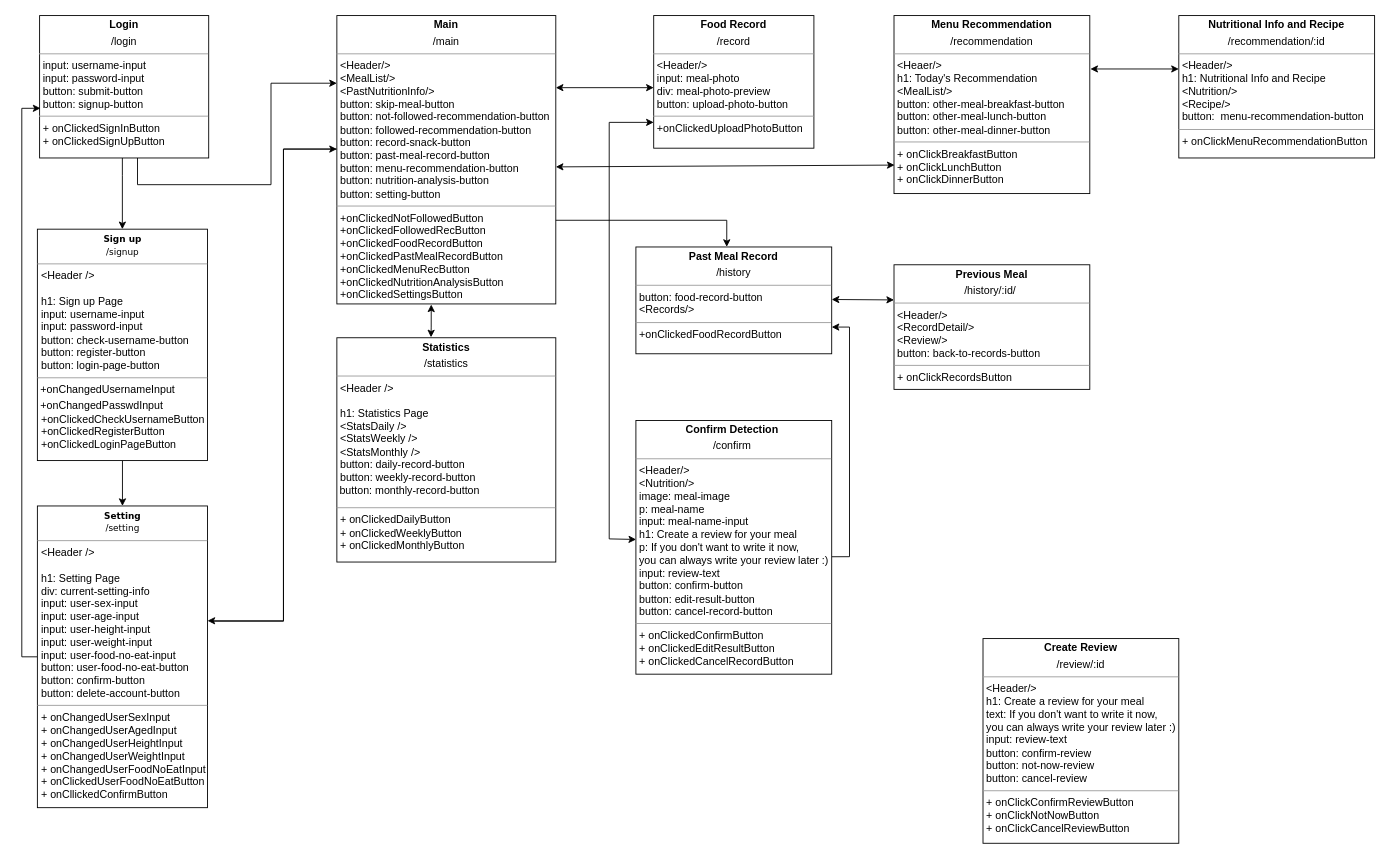
Earlier version of the draw.io diagram diagrams/Frontend_UML.drawio (swsnu/swpp2021-team5). Source tidied: cells renumbered, new cells numbered last; positions are measured from the earlier drawing's top-left corner, leaving out a move shared by most shapes. Both pictures are drawn from the tidied source at 89%, with x=0, y=0 at pixel (21, 15).
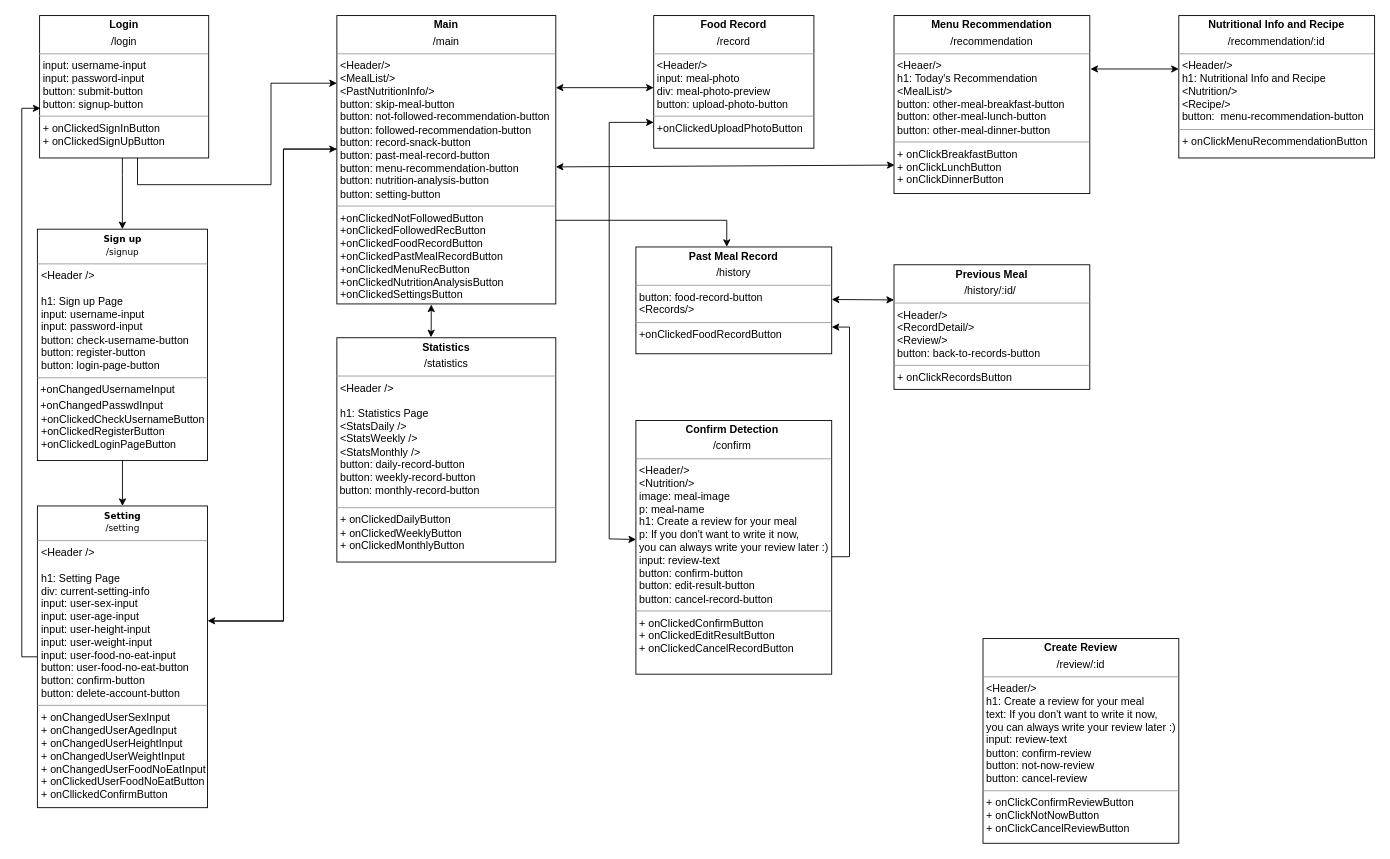
After the change.

What changed in the source:
```diff
@@
-    <mxCell id="16" value="&lt;p style=&quot;margin: 0px ; margin-top: 4px ; text-align: center&quot;&gt;&lt;b&gt;Confirm Detection&amp;nbsp;&lt;/b&gt;&lt;/p&gt;&lt;p style=&quot;margin: 0px ; margin-top: 4px ; text-align: center&quot;&gt;/confirm&lt;b&gt;&amp;nbsp;&lt;/b&gt;&lt;/p&gt;&lt;hr size=&quot;1&quot;&gt;&lt;p style=&quot;margin: 0px ; margin-left: 4px&quot;&gt;&amp;lt;Header/&amp;gt;&lt;/p&gt;&lt;p style=&quot;margin: 0px ; margin-left: 4px&quot;&gt;&amp;lt;Nutrition/&amp;gt;&lt;/p&gt;&lt;p style=&quot;margin: 0px ; margin-left: 4px&quot;&gt;image: meal-image&lt;/p&gt;&lt;p style=&quot;margin: 0px ; margin-left: 4px&quot;&gt;p: meal-name&lt;/p&gt;&lt;p style=&quot;margin: 0px ; margin-left: 4px&quot;&gt;input: meal-name-input&lt;/p&gt;&lt;p style=&quot;margin: 0px 0px 0px 4px&quot;&gt;h1: Create a review for your meal&lt;/p&gt;&lt;p style=&quot;margin: 0px 0px 0px 4px&quot;&gt;p: If you don't want to write it now,&amp;nbsp;&lt;/p&gt;&lt;p style=&quot;margin: 0px 0px 0px 4px&quot;&gt;you can always write your review later :)&lt;/p&gt;&lt;p style=&quot;margin: 0px 0px 0px 4px&quot;&gt;input: review-text&lt;/p&gt;&lt;p style=&quot;margin: 0px ; margin-left: 4px&quot;&gt;&lt;span&gt;button: confirm-button&lt;/span&gt;&lt;br&gt;&lt;/p&gt;&lt;p style=&quot;margin: 0px ; margin-left: 4px&quot;&gt;button: edit-result-button&lt;/p&gt;&lt;p style=&quot;margin: 0px ; margin-left: 4px&quot;&gt;button: cancel-record-button&lt;/p&gt;&lt;hr size=&quot;1&quot;&gt;&lt;p style=&quot;margin: 0px ; margin-left: 4px&quot;&gt;+ onClickedConfirmButton&lt;/p&gt;&lt;p style=&quot;margin: 0px ; margin-left: 4px&quot;&gt;+ onClickedEditResultButton&lt;/p&gt;&lt;p style=&quot;margin: 0px 0px 0px 4px&quot;&gt;+ onClickedCancelRecordButton&lt;/p&gt;&lt;p style=&quot;margin: 0px ; margin-left: 4px&quot;&gt;&lt;br&gt;&lt;/p&gt;&lt;p style=&quot;margin: 0px ; margin-left: 4px&quot;&gt;&lt;br&gt;&lt;/p&gt;" style="verticalAlign=top;align=left;overflow=fill;fontSize=12;fontFamily=Helvetica;html=1;" parent="1" vertex="1">
+    <mxCell id="16" value="&lt;p style=&quot;margin: 0px ; margin-top: 4px ; text-align: center&quot;&gt;&lt;b&gt;Confirm Detection&amp;nbsp;&lt;/b&gt;&lt;/p&gt;&lt;p style=&quot;margin: 0px ; margin-top: 4px ; text-align: center&quot;&gt;/confirm&lt;b&gt;&amp;nbsp;&lt;/b&gt;&lt;/p&gt;&lt;hr size=&quot;1&quot;&gt;&lt;p style=&quot;margin: 0px ; margin-left: 4px&quot;&gt;&amp;lt;Header/&amp;gt;&lt;/p&gt;&lt;p style=&quot;margin: 0px ; margin-left: 4px&quot;&gt;&amp;lt;Nutrition/&amp;gt;&lt;/p&gt;&lt;p style=&quot;margin: 0px ; margin-left: 4px&quot;&gt;image: meal-image&lt;/p&gt;&lt;p style=&quot;margin: 0px ; margin-left: 4px&quot;&gt;p: meal-name&lt;/p&gt;&lt;p style=&quot;margin: 0px ; margin-left: 4px&quot;&gt;&lt;span&gt;h1: Create a review for your meal&lt;/span&gt;&lt;br&gt;&lt;/p&gt;&lt;p style=&quot;margin: 0px 0px 0px 4px&quot;&gt;p: If you don't want to write it now,&amp;nbsp;&lt;/p&gt;&lt;p style=&quot;margin: 0px 0px 0px 4px&quot;&gt;you can always write your review later :)&lt;/p&gt;&lt;p style=&quot;margin: 0px 0px 0px 4px&quot;&gt;input: review-text&lt;/p&gt;&lt;p style=&quot;margin: 0px ; margin-left: 4px&quot;&gt;&lt;span&gt;button: confirm-button&lt;/span&gt;&lt;br&gt;&lt;/p&gt;&lt;p style=&quot;margin: 0px ; margin-left: 4px&quot;&gt;button: edit-result-button&lt;/p&gt;&lt;p style=&quot;margin: 0px ; margin-left: 4px&quot;&gt;button: cancel-record-button&lt;/p&gt;&lt;hr size=&quot;1&quot;&gt;&lt;p style=&quot;margin: 0px ; margin-left: 4px&quot;&gt;+ onClickedConfirmButton&lt;/p&gt;&lt;p style=&quot;margin: 0px ; margin-left: 4px&quot;&gt;+ onClickedEditResultButton&lt;/p&gt;&lt;p style=&quot;margin: 0px 0px 0px 4px&quot;&gt;+ onClickedCancelRecordButton&lt;/p&gt;&lt;p style=&quot;margin: 0px ; margin-left: 4px&quot;&gt;&lt;br&gt;&lt;/p&gt;&lt;p style=&quot;margin: 0px ; margin-left: 4px&quot;&gt;&lt;br&gt;&lt;/p&gt;" style="verticalAlign=top;align=left;overflow=fill;fontSize=12;fontFamily=Helvetica;html=1;" parent="1" vertex="1">
       <mxGeometry x="690" y="455" width="220" height="285" as="geometry" />
     </mxCell>
```
